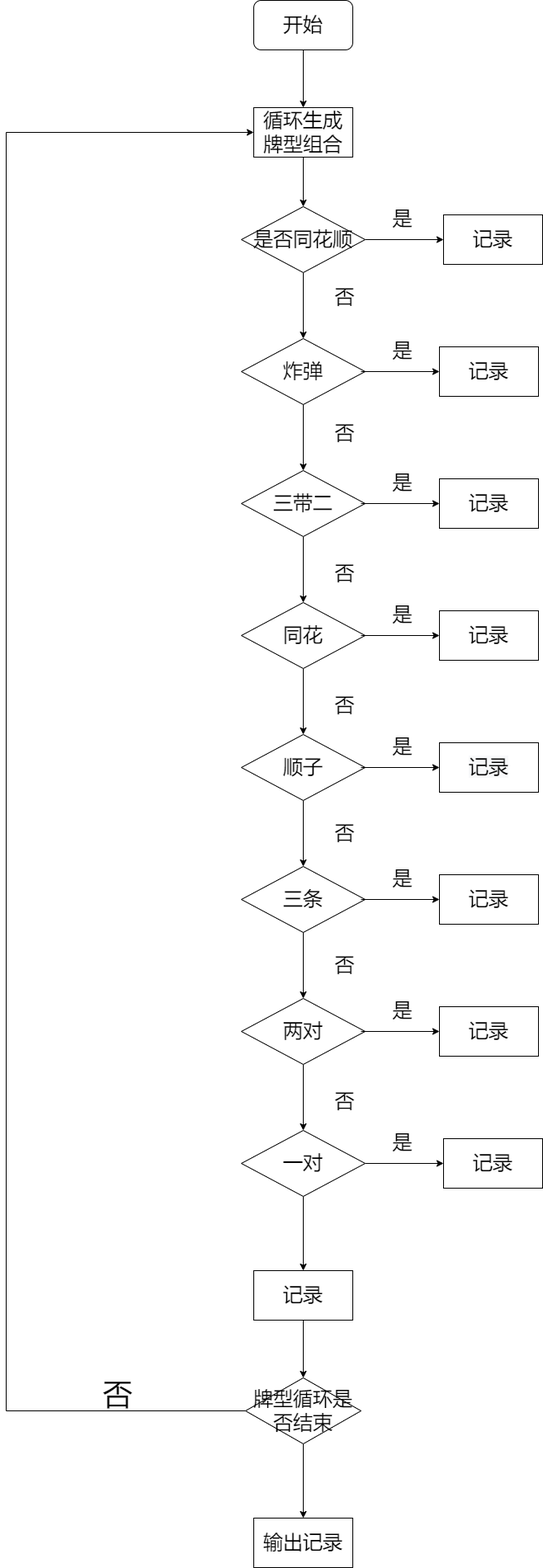
Above: Untitled Diagram.drawio.png in whitesweater/first_ (draw.io), before the change. Source tidied: cells renumbered, new cells last; positions are measured from the earlier drawing's top-left corner, leaving out a move shared by most shapes.
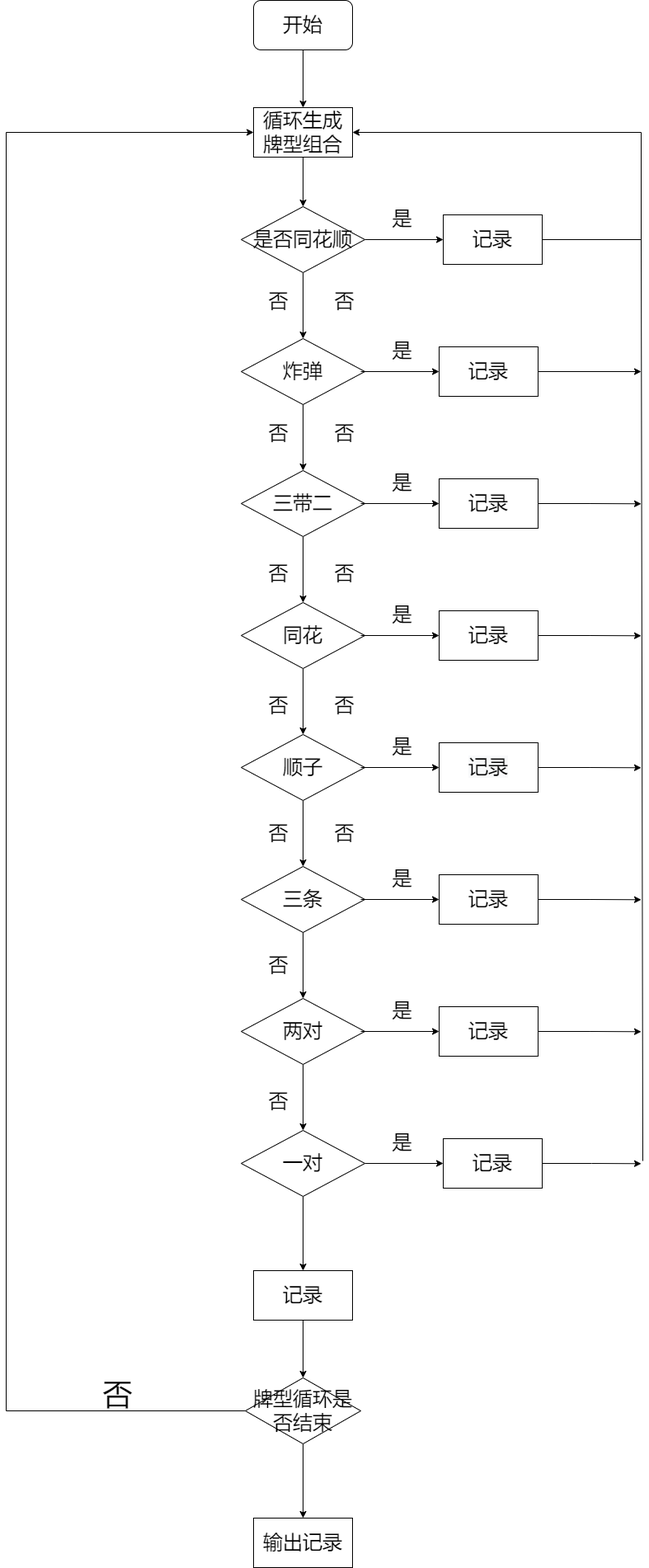
After the change.

Diff of the diagram source:
```diff
@@ -73,7 +73,7 @@
       <mxGeometry x="285" y="1370" width="150" height="80" as="geometry" />
     </mxCell>
     <mxCell id="24" value="否" style="text;html=1;align=center;verticalAlign=middle;strokeColor=none;fillColor=none;fontSize=24;" parent="1" vertex="1">
-      <mxGeometry x="390" y="345" width="40" height="30" as="geometry" />
+      <mxGeometry x="390" y="350" width="40" height="30" as="geometry" />
     </mxCell>
     <mxCell id="25" value="否" style="text;html=1;align=center;verticalAlign=middle;strokeColor=none;fillColor=none;fontSize=24;" parent="1" vertex="1">
       <mxGeometry x="390" y="510" width="40" height="30" as="geometry" />
@@ -88,11 +88,19 @@
       <mxGeometry x="390" y="995" width="40" height="30" as="geometry" />
     </mxCell>
     <mxCell id="29" value="否" style="text;html=1;align=center;verticalAlign=middle;strokeColor=none;fillColor=none;fontSize=24;" parent="1" vertex="1">
-      <mxGeometry x="390" y="1155" width="40" height="30" as="geometry" />
+      <mxGeometry x="310" y="1155" width="40" height="30" as="geometry" />
     </mxCell>
     <mxCell id="30" value="否" style="text;html=1;align=center;verticalAlign=middle;strokeColor=none;fillColor=none;fontSize=24;" parent="1" vertex="1">
-      <mxGeometry x="390" y="1320" width="40" height="30" as="geometry" />
+      <mxGeometry x="310" y="1320" width="40" height="30" as="geometry" />
     </mxCell>
+    <mxCell id="60" style="edgeStyle=orthogonalEdgeStyle;rounded=0;jettySize=auto;html=1;entryX=1;entryY=0.5;entryDx=0;entryDy=0;fontSize=36;" parent="1" edge="1" source="31" target="4">
+      <mxGeometry relative="1" as="geometry">
+        <Array as="points">
+          <mxPoint x="770" y="290" />
+          <mxPoint x="770" y="160" />
+        </Array>
+      </mxGeometry>
+    </mxCell>
     <mxCell id="31" value="记录" style="whiteSpace=wrap;html=1;fontSize=24;" parent="1" vertex="1">
       <mxGeometry x="530" y="260" width="120" height="60" as="geometry" />
     </mxCell>
@@ -101,6 +109,11 @@
         <mxPoint x="430" y="450" as="sourcePoint" />
       </mxGeometry>
     </mxCell>
+    <mxCell id="61" style="edgeStyle=orthogonalEdgeStyle;rounded=0;jettySize=auto;html=1;exitX=1;exitY=0.5;exitDx=0;exitDy=0;fontSize=36;" parent="1" edge="1" source="33">
+      <mxGeometry relative="1" as="geometry">
+        <mxPoint x="770" y="450" as="targetPoint" />
+      </mxGeometry>
+    </mxCell>
     <mxCell id="33" value="&lt;span&gt;记录&lt;/span&gt;" style="whiteSpace=wrap;html=1;fontSize=24;" parent="1" vertex="1">
       <mxGeometry x="525" y="420" width="120" height="60" as="geometry" />
     </mxCell>
@@ -109,6 +122,11 @@
         <mxPoint x="430" y="610" as="sourcePoint" />
       </mxGeometry>
     </mxCell>
+    <mxCell id="62" style="edgeStyle=orthogonalEdgeStyle;rounded=0;jettySize=auto;html=1;exitX=1;exitY=0.5;exitDx=0;exitDy=0;fontSize=36;" parent="1" edge="1" source="35">
+      <mxGeometry relative="1" as="geometry">
+        <mxPoint x="770" y="610.3" as="targetPoint" />
+      </mxGeometry>
+    </mxCell>
     <mxCell id="35" value="&lt;span&gt;记录&lt;/span&gt;" style="whiteSpace=wrap;html=1;fontSize=24;" parent="1" vertex="1">
       <mxGeometry x="525" y="580" width="120" height="60" as="geometry" />
     </mxCell>
@@ -117,6 +135,11 @@
         <mxPoint x="430" y="770" as="sourcePoint" />
       </mxGeometry>
     </mxCell>
+    <mxCell id="63" style="edgeStyle=orthogonalEdgeStyle;rounded=0;jettySize=auto;html=1;exitX=1;exitY=0.5;exitDx=0;exitDy=0;fontSize=36;" parent="1" edge="1" source="37">
+      <mxGeometry relative="1" as="geometry">
+        <mxPoint x="770" y="770.3" as="targetPoint" />
+      </mxGeometry>
+    </mxCell>
     <mxCell id="37" value="&lt;span&gt;记录&lt;/span&gt;" style="whiteSpace=wrap;html=1;fontSize=24;" parent="1" vertex="1">
       <mxGeometry x="525" y="740" width="120" height="60" as="geometry" />
     </mxCell>
@@ -125,6 +148,11 @@
         <mxPoint x="430" y="930" as="sourcePoint" />
       </mxGeometry>
     </mxCell>
+    <mxCell id="64" style="edgeStyle=orthogonalEdgeStyle;rounded=0;jettySize=auto;html=1;exitX=1;exitY=0.5;exitDx=0;exitDy=0;fontSize=36;" parent="1" edge="1" source="39">
+      <mxGeometry relative="1" as="geometry">
+        <mxPoint x="770" y="930.3" as="targetPoint" />
+      </mxGeometry>
+    </mxCell>
     <mxCell id="39" value="&#10;&#10;&lt;span style=&quot;color: rgb(0, 0, 0); font-family: helvetica; font-size: 24px; font-style: normal; font-weight: 400; letter-spacing: normal; text-align: center; text-indent: 0px; text-transform: none; word-spacing: 0px; background-color: rgb(248, 249, 250); display: inline; float: none;&quot;&gt;记录&lt;/span&gt;&#10;&#10;" style="whiteSpace=wrap;html=1;fontSize=24;" parent="1" vertex="1">
       <mxGeometry x="525" y="900" width="120" height="60" as="geometry" />
     </mxCell>
@@ -133,6 +161,11 @@
         <mxPoint x="430" y="1090" as="sourcePoint" />
       </mxGeometry>
     </mxCell>
+    <mxCell id="65" style="edgeStyle=orthogonalEdgeStyle;rounded=0;jettySize=auto;html=1;exitX=1;exitY=0.5;exitDx=0;exitDy=0;fontSize=36;" parent="1" edge="1" source="41">
+      <mxGeometry relative="1" as="geometry">
+        <mxPoint x="770" y="1090.3" as="targetPoint" />
+      </mxGeometry>
+    </mxCell>
     <mxCell id="41" value="&lt;span&gt;记录&lt;/span&gt;" style="whiteSpace=wrap;html=1;fontSize=24;" parent="1" vertex="1">
       <mxGeometry x="525" y="1060" width="120" height="60" as="geometry" />
     </mxCell>
@@ -141,9 +174,19 @@
         <mxPoint x="430" y="1250" as="sourcePoint" />
       </mxGeometry>
     </mxCell>
+    <mxCell id="66" style="edgeStyle=orthogonalEdgeStyle;rounded=0;jettySize=auto;html=1;exitX=1;exitY=0.5;exitDx=0;exitDy=0;fontSize=36;" parent="1" edge="1" source="43">
+      <mxGeometry relative="1" as="geometry">
+        <mxPoint x="770" y="1250.3" as="targetPoint" />
+      </mxGeometry>
+    </mxCell>
     <mxCell id="43" value="&lt;span&gt;记录&lt;/span&gt;" style="whiteSpace=wrap;html=1;fontSize=24;" parent="1" vertex="1">
       <mxGeometry x="525" y="1220" width="120" height="60" as="geometry" />
     </mxCell>
+    <mxCell id="67" style="edgeStyle=orthogonalEdgeStyle;rounded=0;jettySize=auto;html=1;exitX=1;exitY=0.5;exitDx=0;exitDy=0;fontSize=36;" parent="1" edge="1" source="44">
+      <mxGeometry relative="1" as="geometry">
+        <mxPoint x="770" y="1410.3" as="targetPoint" />
+      </mxGeometry>
+    </mxCell>
     <mxCell id="44" value="&lt;span&gt;记录&lt;/span&gt;" style="whiteSpace=wrap;html=1;fontSize=24;" parent="1" vertex="1">
       <mxGeometry x="530" y="1380" width="120" height="60" as="geometry" />
     </mxCell>
@@ -197,5 +240,26 @@
     <mxCell id="59" value="输出记录" style="whiteSpace=wrap;html=1;fontSize=24;" parent="1" vertex="1">
       <mxGeometry x="300" y="1840" width="120" height="60" as="geometry" />
     </mxCell>
+    <mxCell id="68" style="endArrow=none;html=1;rounded=0;fontSize=36;" parent="1" edge="1">
+      <mxGeometry relative="1" as="geometry">
+        <mxPoint x="772" y="1407" as="sourcePoint" />
+        <mxPoint x="770" y="288.6" as="targetPoint" />
+      </mxGeometry>
+    </mxCell>
+    <mxCell id="69" value="否" style="text;html=1;align=center;verticalAlign=middle;strokeColor=none;fillColor=none;fontSize=24;" parent="1" vertex="1">
+      <mxGeometry x="310" y="350" width="40" height="30" as="geometry" />
+    </mxCell>
+    <mxCell id="70" value="否" style="text;html=1;align=center;verticalAlign=middle;strokeColor=none;fillColor=none;fontSize=24;" parent="1" vertex="1">
+      <mxGeometry x="310" y="510" width="40" height="30" as="geometry" />
+    </mxCell>
+    <mxCell id="71" value="否" style="text;html=1;align=center;verticalAlign=middle;strokeColor=none;fillColor=none;fontSize=24;" parent="1" vertex="1">
+      <mxGeometry x="310" y="680" width="40" height="30" as="geometry" />
+    </mxCell>
+    <mxCell id="72" value="否" style="text;html=1;align=center;verticalAlign=middle;strokeColor=none;fillColor=none;fontSize=24;" parent="1" vertex="1">
+      <mxGeometry x="310" y="840" width="40" height="30" as="geometry" />
+    </mxCell>
+    <mxCell id="73" value="否" style="text;html=1;align=center;verticalAlign=middle;strokeColor=none;fillColor=none;fontSize=24;" parent="1" vertex="1">
+      <mxGeometry x="310" y="995" width="40" height="30" as="geometry" />
+    </mxCell>
   </root>
 </mxGraphModel>
```
